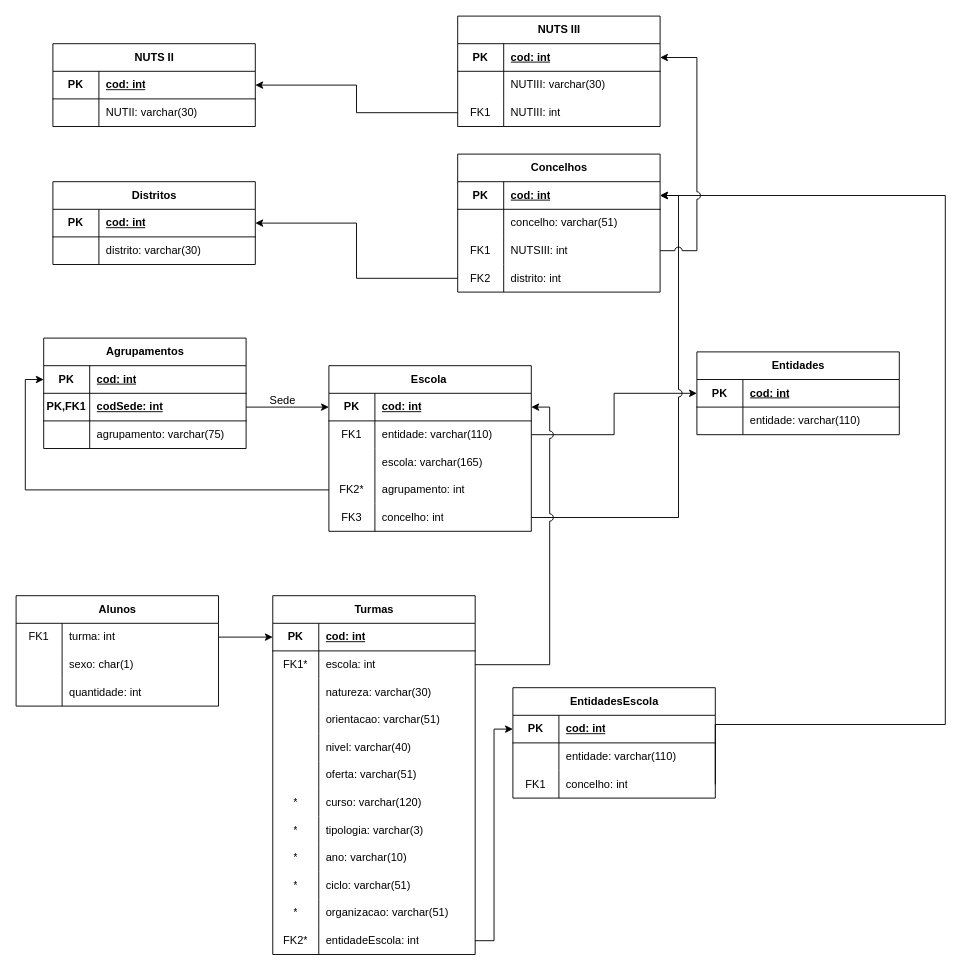
This is page "Relacional" (5 of 5) of UML1.drawio from damaral31/Portuguese-School-System-DB-Modeling, a draw.io file, before an edit. Source tidied: cells renumbered, new cells numbered last; positions are measured from the earlier drawing's top-left corner, leaving out a move shared by most shapes. Both pictures are drawn from the tidied source at 92%, with x=0, y=0 at pixel (16, 16).
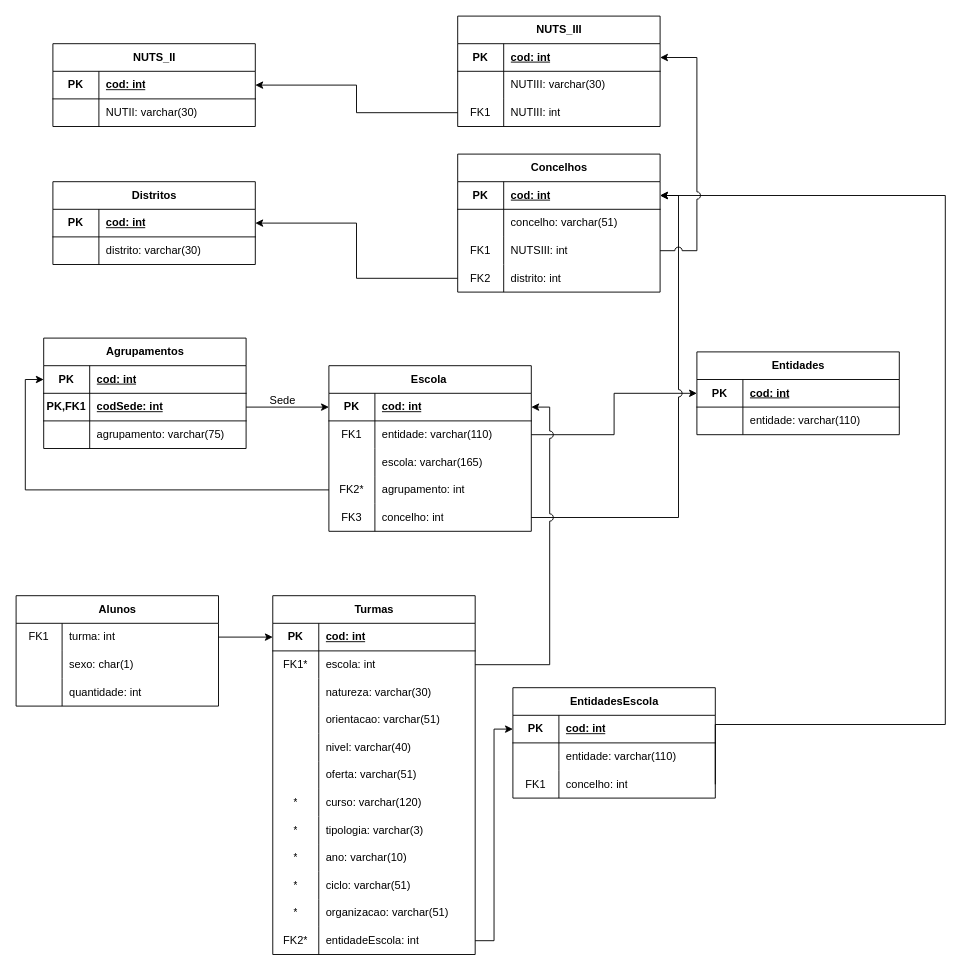
Above is the later version.

Diff of the diagram source:
```diff
@@
-    <mxCell id="89" value="NUTS III" style="shape=table;startSize=30;childLayout=tableLayout;rowLines=0;fontStyle=1;align=center;html=1;" parent="1" vertex="1">
+    <mxCell id="89" value="NUTS_III" style="shape=table;startSize=30;childLayout=tableLayout;rowLines=0;fontStyle=1;align=center;html=1;" parent="1" vertex="1">
       <mxGeometry x="480" width="220" height="120" as="geometry" />
     </mxCell>
@@
-    <mxCell id="107" value="NUTS II" style="shape=table;startSize=30;childLayout=tableLayout;rowLines=0;fontStyle=1;align=center;html=1;" parent="1" vertex="1">
+    <mxCell id="107" value="NUTS_II" style="shape=table;startSize=30;childLayout=tableLayout;rowLines=0;fontStyle=1;align=center;html=1;" parent="1" vertex="1">
       <mxGeometry x="40" y="30" width="220" height="90" as="geometry" />
     </mxCell>
```
